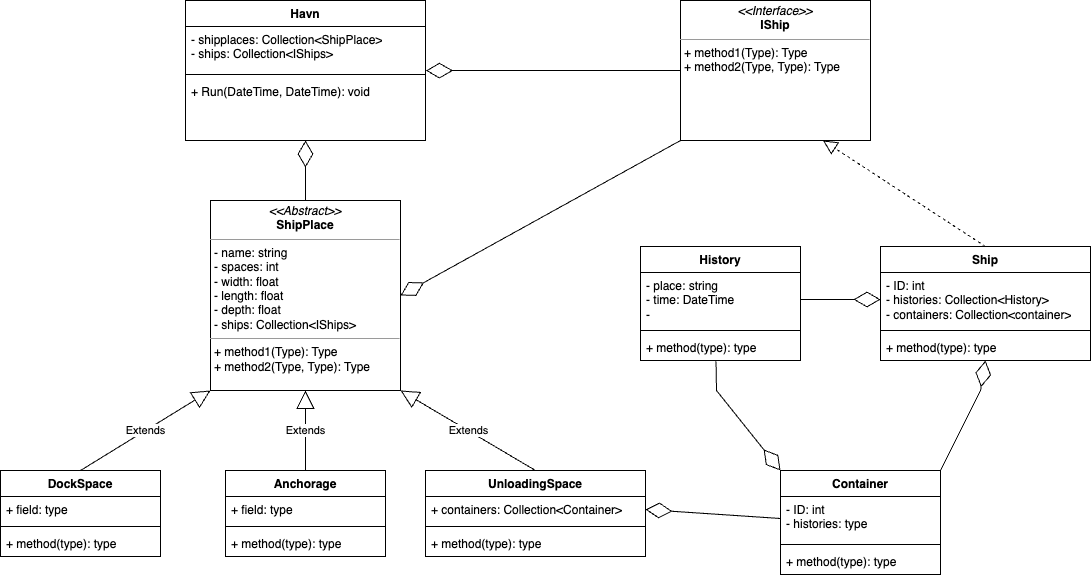
Above: Untitled Diagram.drawio.png in NET-og-Rammeverk-gruppe-MBFS/HavnAPI (draw.io), before the change. Source tidied: cells renumbered, new cells last; positions are measured from the earlier drawing's top-left corner, leaving out a move shared by most shapes.
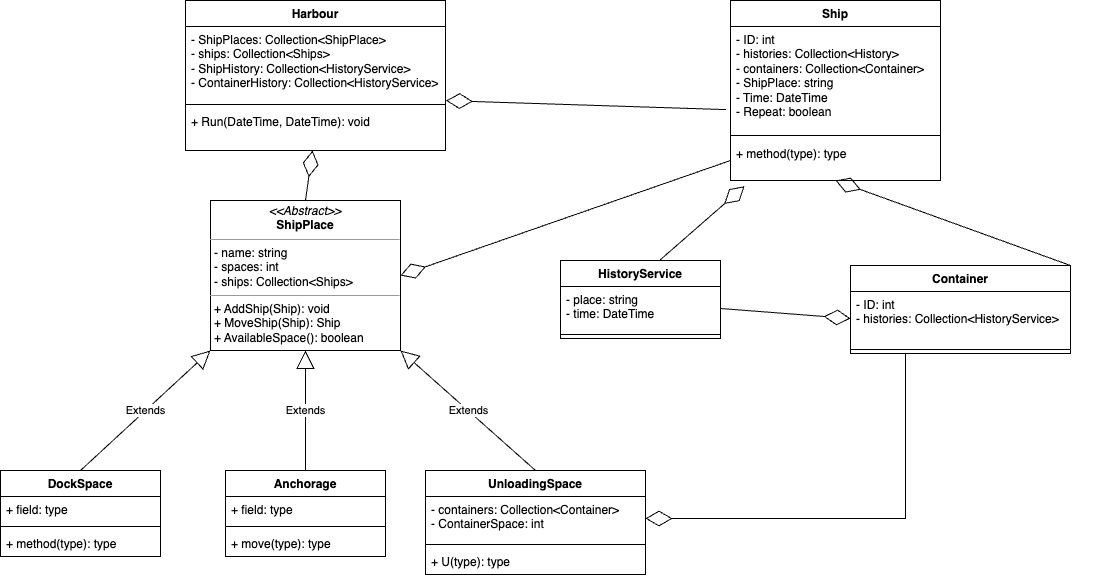
After the commit.

Commit message:
UML (endret 31.01.24)

The edit, as a diff of the source:
```diff
@@ -2,26 +2,20 @@
   <root>
     <mxCell id="0" />
     <mxCell id="1" parent="0" />
-    <mxCell id="2" value="&lt;p style=&quot;margin:0px;margin-top:4px;text-align:center;&quot;&gt;&lt;i&gt;&amp;lt;&amp;lt;Interface&amp;gt;&amp;gt;&lt;/i&gt;&lt;br&gt;&lt;b&gt;IShip&lt;/b&gt;&lt;/p&gt;&lt;hr size=&quot;1&quot;&gt;&lt;p style=&quot;margin:0px;margin-left:4px;&quot;&gt;+ method1(Type): Type&lt;br&gt;+ method2(Type, Type): Type&lt;/p&gt;" style="verticalAlign=top;align=left;overflow=fill;fontSize=12;fontFamily=Helvetica;html=1;whiteSpace=wrap;" parent="1" vertex="1">
-      <mxGeometry x="680" width="190" height="140" as="geometry" />
-    </mxCell>
     <mxCell id="3" value="Ship" style="swimlane;fontStyle=1;align=center;verticalAlign=top;horizontal=1;startSize=26;whiteSpace=wrap;html=1;" parent="1" vertex="1">
-      <mxGeometry x="880" y="246" width="210" height="114" as="geometry" />
+      <mxGeometry x="730" width="210" height="180" as="geometry" />
     </mxCell>
-    <mxCell id="4" value="- ID: int&lt;br&gt;-&amp;nbsp;histories: Collection&amp;lt;History&amp;gt;&lt;br&gt;- containers: Collection&amp;lt;container&amp;gt;" style="text;strokeColor=none;fillColor=none;align=left;verticalAlign=top;spacingLeft=4;spacingRight=4;overflow=hidden;points=[[0,0.5],[1,0.5]];portConstraint=eastwest;whiteSpace=wrap;html=1;" parent="3" vertex="1">
-      <mxGeometry y="26" width="210" height="54" as="geometry" />
+    <mxCell id="4" value="- ID: int&lt;br&gt;-&amp;nbsp;histories: Collection&amp;lt;History&amp;gt;&lt;br&gt;- containers: Collection&amp;lt;Container&amp;gt;&lt;br&gt;- ShipPlace: string&lt;br&gt;- Time: DateTime&lt;br&gt;- Repeat: boolean" style="text;strokeColor=none;fillColor=none;align=left;verticalAlign=top;spacingLeft=4;spacingRight=4;overflow=hidden;points=[[0,0.5],[1,0.5]];portConstraint=eastwest;whiteSpace=wrap;html=1;" parent="3" vertex="1">
+      <mxGeometry y="26" width="210" height="104" as="geometry" />
     </mxCell>
     <mxCell id="5" style="line;strokeWidth=1;fillColor=none;align=left;verticalAlign=middle;spacingTop=-1;spacingLeft=3;spacingRight=3;labelPosition=right;strokeColor=inherit;" parent="3" vertex="1">
-      <mxGeometry y="80" width="210" height="8" as="geometry" />
+      <mxGeometry y="130" width="210" height="10" as="geometry" />
     </mxCell>
     <mxCell id="6" value="+ method(type): type" style="text;strokeColor=none;fillColor=none;align=left;verticalAlign=top;spacingLeft=4;spacingRight=4;overflow=hidden;points=[[0,0.5],[1,0.5]];portConstraint=eastwest;whiteSpace=wrap;html=1;" parent="3" vertex="1">
-      <mxGeometry y="88" width="210" height="26" as="geometry" />
+      <mxGeometry y="140" width="210" height="40" as="geometry" />
     </mxCell>
-    <mxCell id="7" style="endArrow=block;dashed=1;endFill=0;endSize=12;html=1;rounded=0;entryX=0.75;entryY=1;entryDx=0;entryDy=0;exitX=0.5;exitY=0;exitDx=0;exitDy=0;" parent="1" edge="1" source="3" target="2">
-      <mxGeometry relative="1" as="geometry" />
-    </mxCell>
-    <mxCell id="8" value="&lt;p style=&quot;margin:0px;margin-top:4px;text-align:center;&quot;&gt;&lt;i&gt;&amp;lt;&amp;lt;Abstract&amp;gt;&amp;gt;&lt;/i&gt;&lt;br&gt;&lt;b&gt;ShipPlace&lt;/b&gt;&lt;/p&gt;&lt;hr size=&quot;1&quot;&gt;&lt;p style=&quot;margin:0px;margin-left:4px;&quot;&gt;- name: string&lt;br&gt;- spaces: int&lt;/p&gt;&lt;p style=&quot;margin:0px;margin-left:4px;&quot;&gt;- width: float&lt;/p&gt;&lt;p style=&quot;margin:0px;margin-left:4px;&quot;&gt;- length: float&lt;/p&gt;&lt;p style=&quot;margin:0px;margin-left:4px;&quot;&gt;- depth: float&lt;/p&gt;&lt;p style=&quot;margin:0px;margin-left:4px;&quot;&gt;- ships: Collection&amp;lt;IShips&amp;gt;&lt;/p&gt;&lt;hr size=&quot;1&quot;&gt;&lt;p style=&quot;margin:0px;margin-left:4px;&quot;&gt;+ method1(Type): Type&lt;br&gt;+ method2(Type, Type): Type&lt;/p&gt;" style="verticalAlign=top;align=left;overflow=fill;fontSize=12;fontFamily=Helvetica;html=1;whiteSpace=wrap;" parent="1" vertex="1">
-      <mxGeometry x="210" y="200" width="190" height="190" as="geometry" />
+    <mxCell id="8" value="&lt;p style=&quot;margin:0px;margin-top:4px;text-align:center;&quot;&gt;&lt;i&gt;&amp;lt;&amp;lt;Abstract&amp;gt;&amp;gt;&lt;/i&gt;&lt;br&gt;&lt;b&gt;ShipPlace&lt;/b&gt;&lt;/p&gt;&lt;hr size=&quot;1&quot;&gt;&lt;p style=&quot;margin:0px;margin-left:4px;&quot;&gt;- name: string&lt;br&gt;- spaces: int&lt;/p&gt;&lt;p style=&quot;margin:0px;margin-left:4px;&quot;&gt;- ships: Collection&amp;lt;Ships&amp;gt;&lt;/p&gt;&lt;hr size=&quot;1&quot;&gt;&lt;p style=&quot;margin:0px;margin-left:4px;&quot;&gt;+ AddShip(Ship): void&lt;br&gt;+ MoveShip(Ship): Ship&lt;/p&gt;&lt;p style=&quot;margin:0px;margin-left:4px;&quot;&gt;+ AvailableSpace(): boolean&lt;/p&gt;&lt;p style=&quot;margin:0px;margin-left:4px;&quot;&gt;&lt;br&gt;&lt;/p&gt;&lt;p style=&quot;margin:0px;margin-left:4px;&quot;&gt;&lt;br&gt;&lt;/p&gt;" style="verticalAlign=top;align=left;overflow=fill;fontSize=12;fontFamily=Helvetica;html=1;whiteSpace=wrap;" parent="1" vertex="1">
+      <mxGeometry x="210" y="200" width="190" height="150" as="geometry" />
     </mxCell>
     <mxCell id="9" value="DockSpace" style="swimlane;fontStyle=1;align=center;verticalAlign=top;horizontal=1;startSize=26;whiteSpace=wrap;html=1;" parent="1" vertex="1">
       <mxGeometry y="470" width="160" height="86" as="geometry" />
@@ -47,91 +41,81 @@
     <mxCell id="16" style="line;strokeWidth=1;fillColor=none;align=left;verticalAlign=middle;spacingTop=-1;spacingLeft=3;spacingRight=3;labelPosition=right;strokeColor=inherit;" parent="14" vertex="1">
       <mxGeometry y="52" width="160" height="8" as="geometry" />
     </mxCell>
-    <mxCell id="17" value="+ method(type): type" style="text;strokeColor=none;fillColor=none;align=left;verticalAlign=top;spacingLeft=4;spacingRight=4;overflow=hidden;whiteSpace=wrap;html=1;" parent="14" vertex="1">
+    <mxCell id="17" value="+ move(type): type" style="text;strokeColor=none;fillColor=none;align=left;verticalAlign=top;spacingLeft=4;spacingRight=4;overflow=hidden;whiteSpace=wrap;html=1;" parent="14" vertex="1">
       <mxGeometry y="60" width="160" height="26" as="geometry" />
     </mxCell>
     <mxCell id="18" value="Extends" style="endArrow=block;endSize=16;endFill=0;html=1;rounded=0;exitX=0.5;exitY=0;exitDx=0;exitDy=0;entryX=0.5;entryY=1;entryDx=0;entryDy=0;" parent="1" edge="1" source="14" target="8">
       <mxGeometry relative="1" as="geometry" />
     </mxCell>
     <mxCell id="19" value="UnloadingSpace" style="swimlane;fontStyle=1;align=center;verticalAlign=top;horizontal=1;startSize=26;whiteSpace=wrap;html=1;" parent="1" vertex="1">
-      <mxGeometry x="425" y="470" width="220" height="86" as="geometry" />
+      <mxGeometry x="425" y="470" width="220" height="104" as="geometry" />
     </mxCell>
-    <mxCell id="20" value="+ containers: Collection&amp;lt;Container&amp;gt;" style="text;strokeColor=none;fillColor=none;align=left;verticalAlign=top;spacingLeft=4;spacingRight=4;overflow=hidden;points=[[0,0.5],[1,0.5]];portConstraint=eastwest;whiteSpace=wrap;html=1;" parent="19" vertex="1">
-      <mxGeometry y="26" width="220" height="26" as="geometry" />
+    <mxCell id="20" value="- containers: Collection&amp;lt;Container&amp;gt;&lt;br&gt;- ContainerSpace: int" style="text;strokeColor=none;fillColor=none;align=left;verticalAlign=top;spacingLeft=4;spacingRight=4;overflow=hidden;points=[[0,0.5],[1,0.5]];portConstraint=eastwest;whiteSpace=wrap;html=1;" parent="19" vertex="1">
+      <mxGeometry y="26" width="220" height="44" as="geometry" />
     </mxCell>
     <mxCell id="21" style="line;strokeWidth=1;fillColor=none;align=left;verticalAlign=middle;spacingTop=-1;spacingLeft=3;spacingRight=3;labelPosition=right;strokeColor=inherit;" parent="19" vertex="1">
-      <mxGeometry y="52" width="220" height="8" as="geometry" />
+      <mxGeometry y="70" width="220" height="8" as="geometry" />
     </mxCell>
-    <mxCell id="22" value="+ method(type): type" style="text;strokeColor=none;fillColor=none;align=left;verticalAlign=top;spacingLeft=4;spacingRight=4;overflow=hidden;whiteSpace=wrap;html=1;" parent="19" vertex="1">
-      <mxGeometry y="60" width="220" height="26" as="geometry" />
+    <mxCell id="22" value="+ U(type): type" style="text;strokeColor=none;fillColor=none;align=left;verticalAlign=top;spacingLeft=4;spacingRight=4;overflow=hidden;whiteSpace=wrap;html=1;" parent="19" vertex="1">
+      <mxGeometry y="78" width="220" height="26" as="geometry" />
     </mxCell>
     <mxCell id="23" value="Extends" style="endArrow=block;endSize=16;endFill=0;html=1;rounded=0;exitX=0.5;exitY=0;exitDx=0;exitDy=0;entryX=1;entryY=1;entryDx=0;entryDy=0;" parent="1" edge="1" source="19" target="8">
       <mxGeometry relative="1" as="geometry" />
     </mxCell>
-    <mxCell id="24" value="Havn" style="swimlane;fontStyle=1;align=center;verticalAlign=top;horizontal=1;startSize=26;whiteSpace=wrap;html=1;" parent="1" vertex="1">
-      <mxGeometry x="185" width="240" height="140" as="geometry" />
+    <mxCell id="24" value="Harbour" style="swimlane;fontStyle=1;align=center;verticalAlign=top;horizontal=1;startSize=26;whiteSpace=wrap;html=1;" parent="1" vertex="1">
+      <mxGeometry x="185" width="260" height="150" as="geometry" />
     </mxCell>
-    <mxCell id="25" value="- shipplaces: Collection&amp;lt;ShipPlace&amp;gt;&lt;br&gt;- ships: Collection&amp;lt;IShips&amp;gt;" style="text;strokeColor=none;fillColor=none;align=left;verticalAlign=top;spacingLeft=4;spacingRight=4;overflow=hidden;whiteSpace=wrap;html=1;" parent="24" vertex="1">
-      <mxGeometry y="26" width="240" height="44" as="geometry" />
+    <mxCell id="25" value="- ShipPlaces: Collection&amp;lt;ShipPlace&amp;gt;&lt;br&gt;- ships: Collection&amp;lt;Ships&amp;gt;&lt;br&gt;- ShipHistory: Collection&amp;lt;HistoryService&amp;gt;&lt;br&gt;- ContainerHistory: Collection&amp;lt;HistoryService&amp;gt;" style="text;strokeColor=none;fillColor=none;align=left;verticalAlign=top;spacingLeft=4;spacingRight=4;overflow=hidden;whiteSpace=wrap;html=1;" parent="24" vertex="1">
+      <mxGeometry y="26" width="260" height="74" as="geometry" />
     </mxCell>
     <mxCell id="26" style="line;strokeWidth=1;fillColor=none;align=left;verticalAlign=middle;spacingTop=-1;spacingLeft=3;spacingRight=3;labelPosition=right;points=[];portConstraint=eastwest;strokeColor=inherit;" parent="24" vertex="1">
-      <mxGeometry y="70" width="240" height="8" as="geometry" />
+      <mxGeometry y="100" width="260" height="8" as="geometry" />
     </mxCell>
     <mxCell id="27" value="+ Run(DateTime, DateTime): void" style="text;strokeColor=none;fillColor=none;align=left;verticalAlign=top;spacingLeft=4;spacingRight=4;overflow=hidden;points=[[0,0.5],[1,0.5]];portConstraint=eastwest;whiteSpace=wrap;html=1;" parent="24" vertex="1">
-      <mxGeometry y="78" width="240" height="62" as="geometry" />
+      <mxGeometry y="108" width="260" height="42" as="geometry" />
     </mxCell>
     <mxCell id="28" style="endArrow=diamondThin;endFill=0;endSize=24;html=1;rounded=0;exitX=0.5;exitY=0;exitDx=0;exitDy=0;" parent="1" edge="1" source="8" target="27">
       <mxGeometry relative="1" as="geometry" />
     </mxCell>
-    <mxCell id="29" style="endArrow=diamondThin;endFill=0;endSize=24;html=1;rounded=0;entryX=1;entryY=0.5;entryDx=0;entryDy=0;exitX=0;exitY=1;exitDx=0;exitDy=0;" parent="1" edge="1" source="2" target="8">
+    <mxCell id="29" style="endArrow=diamondThin;endFill=0;endSize=24;html=1;rounded=0;entryX=1;entryY=0.5;entryDx=0;entryDy=0;exitX=0;exitY=0.5;exitDx=0;exitDy=0;" parent="1" edge="1" source="6" target="8">
       <mxGeometry relative="1" as="geometry" />
     </mxCell>
-    <mxCell id="30" style="endArrow=diamondThin;endFill=0;endSize=24;html=1;rounded=0;entryX=1.002;entryY=0.016;entryDx=0;entryDy=0;entryPerimeter=0;exitX=0;exitY=0.5;exitDx=0;exitDy=0;" parent="1" edge="1" source="2" target="26">
+    <mxCell id="30" style="endArrow=diamondThin;endFill=0;endSize=24;html=1;rounded=0;entryX=1.002;entryY=0.016;entryDx=0;entryDy=0;entryPerimeter=0;exitX=-0.022;exitY=0.799;exitDx=0;exitDy=0;exitPerimeter=0;" parent="1" edge="1" source="4" target="26">
       <mxGeometry relative="1" as="geometry" />
     </mxCell>
-    <mxCell id="31" value="History" style="swimlane;fontStyle=1;align=center;verticalAlign=top;horizontal=1;startSize=26;whiteSpace=wrap;html=1;" parent="1" vertex="1">
-      <mxGeometry x="640" y="246" width="160" height="114" as="geometry" />
+    <mxCell id="31" value="HistoryService" style="swimlane;fontStyle=1;align=center;verticalAlign=top;horizontal=1;startSize=26;whiteSpace=wrap;html=1;" parent="1" vertex="1">
+      <mxGeometry x="560" y="260" width="160" height="78" as="geometry" />
     </mxCell>
-    <mxCell id="32" value="- place: string&lt;br&gt;- time:&amp;nbsp;DateTime&lt;br&gt;-&amp;nbsp;" style="text;strokeColor=none;fillColor=none;align=left;verticalAlign=top;spacingLeft=4;spacingRight=4;overflow=hidden;points=[[0,0.5],[1,0.5]];portConstraint=eastwest;whiteSpace=wrap;html=1;" parent="31" vertex="1">
-      <mxGeometry y="26" width="160" height="54" as="geometry" />
+    <mxCell id="32" value="- place: string&lt;br&gt;- time:&amp;nbsp;DateTime" style="text;strokeColor=none;fillColor=none;align=left;verticalAlign=top;spacingLeft=4;spacingRight=4;overflow=hidden;points=[[0,0.5],[1,0.5]];portConstraint=eastwest;whiteSpace=wrap;html=1;" parent="31" vertex="1">
+      <mxGeometry y="26" width="160" height="44" as="geometry" />
     </mxCell>
     <mxCell id="33" style="line;strokeWidth=1;fillColor=none;align=left;verticalAlign=middle;spacingTop=-1;spacingLeft=3;spacingRight=3;labelPosition=right;strokeColor=inherit;" parent="31" vertex="1">
-      <mxGeometry y="80" width="160" height="8" as="geometry" />
+      <mxGeometry y="70" width="160" height="8" as="geometry" />
     </mxCell>
-    <mxCell id="34" value="+ method(type): type" style="text;strokeColor=none;fillColor=none;align=left;verticalAlign=top;spacingLeft=4;spacingRight=4;overflow=hidden;points=[[0,0.5],[1,0.5]];portConstraint=eastwest;whiteSpace=wrap;html=1;" parent="31" vertex="1">
-      <mxGeometry y="88" width="160" height="26" as="geometry" />
-    </mxCell>
-    <mxCell id="35" style="endArrow=diamondThin;endFill=0;endSize=24;html=1;rounded=0;entryX=0;entryY=0.5;entryDx=0;entryDy=0;exitX=1;exitY=0.5;exitDx=0;exitDy=0;" parent="1" edge="1" source="32" target="4">
+    <mxCell id="35" style="endArrow=diamondThin;endFill=0;endSize=24;html=1;rounded=0;entryX=0.067;entryY=1.143;entryDx=0;entryDy=0;exitX=0.623;exitY=-0.008;exitDx=0;exitDy=0;exitPerimeter=0;entryPerimeter=0;" parent="1" edge="1" source="31" target="6">
       <mxGeometry relative="1" as="geometry" />
     </mxCell>
     <mxCell id="36" value="Container" style="swimlane;fontStyle=1;align=center;verticalAlign=top;horizontal=1;startSize=26;whiteSpace=wrap;html=1;" parent="1" vertex="1">
-      <mxGeometry x="780" y="470" width="160" height="104" as="geometry" />
+      <mxGeometry x="850" y="265" width="220" height="88" as="geometry" />
     </mxCell>
-    <mxCell id="37" value="- ID: int&lt;br&gt;- histories: type" style="text;strokeColor=none;fillColor=none;align=left;verticalAlign=top;spacingLeft=4;spacingRight=4;overflow=hidden;points=[[0,0.5],[1,0.5]];portConstraint=eastwest;whiteSpace=wrap;html=1;" parent="36" vertex="1">
-      <mxGeometry y="26" width="160" height="44" as="geometry" />
+    <mxCell id="37" value="- ID: int&lt;br&gt;- histories: Collection&amp;lt;HistoryService&amp;gt;" style="text;strokeColor=none;fillColor=none;align=left;verticalAlign=top;spacingLeft=4;spacingRight=4;overflow=hidden;points=[[0,0.5],[1,0.5]];portConstraint=eastwest;whiteSpace=wrap;html=1;" parent="36" vertex="1">
+      <mxGeometry y="26" width="220" height="54" as="geometry" />
     </mxCell>
     <mxCell id="38" style="line;strokeWidth=1;fillColor=none;align=left;verticalAlign=middle;spacingTop=-1;spacingLeft=3;spacingRight=3;labelPosition=right;strokeColor=inherit;" parent="36" vertex="1">
-      <mxGeometry y="70" width="160" height="8" as="geometry" />
+      <mxGeometry y="80" width="220" height="8" as="geometry" />
     </mxCell>
-    <mxCell id="39" value="+ method(type): type" style="text;strokeColor=none;fillColor=none;align=left;verticalAlign=top;spacingLeft=4;spacingRight=4;overflow=hidden;whiteSpace=wrap;html=1;" parent="36" vertex="1">
-      <mxGeometry y="78" width="160" height="26" as="geometry" />
-    </mxCell>
-    <mxCell id="40" style="endArrow=diamondThin;endFill=0;endSize=24;html=1;rounded=0;entryX=0;entryY=0;entryDx=0;entryDy=0;exitX=0.472;exitY=1.025;exitDx=0;exitDy=0;exitPerimeter=0;" parent="1" edge="1" source="34" target="36">
-      <mxGeometry relative="1" as="geometry">
-        <Array as="points">
-          <mxPoint x="716" y="390" />
-        </Array>
-      </mxGeometry>
+    <mxCell id="40" style="endArrow=diamondThin;endFill=0;endSize=24;html=1;rounded=0;entryX=0;entryY=0.5;entryDx=0;entryDy=0;exitX=1;exitY=0.5;exitDx=0;exitDy=0;" parent="1" edge="1" source="32" target="37">
+      <mxGeometry relative="1" as="geometry" />
     </mxCell>
-    <mxCell id="41" style="endArrow=diamondThin;endFill=0;endSize=24;html=1;rounded=0;exitX=0;exitY=0.5;exitDx=0;exitDy=0;entryX=1;entryY=0.5;entryDx=0;entryDy=0;" parent="1" edge="1" source="37" target="20">
-      <mxGeometry relative="1" as="geometry" />
+    <mxCell id="41" style="endArrow=diamondThin;endFill=0;endSize=24;html=1;rounded=0;exitX=0.25;exitY=1;exitDx=0;exitDy=0;entryX=1;entryY=0.5;entryDx=0;entryDy=0;" parent="1" edge="1" source="36" target="20">
+      <mxGeometry relative="1" as="geometry">
+        <Array as="points">
+          <mxPoint x="905" y="518" />
+        </Array>
+      </mxGeometry>
     </mxCell>
     <mxCell id="42" style="endArrow=diamondThin;endFill=0;endSize=24;html=1;rounded=0;exitX=1;exitY=0;exitDx=0;exitDy=0;entryX=0.5;entryY=1;entryDx=0;entryDy=0;" parent="1" edge="1" source="36" target="3">
-      <mxGeometry relative="1" as="geometry">
-        <Array as="points">
-          <mxPoint x="980" y="390" />
-        </Array>
-      </mxGeometry>
+      <mxGeometry relative="1" as="geometry" />
     </mxCell>
   </root>
 </mxGraphModel>
```
